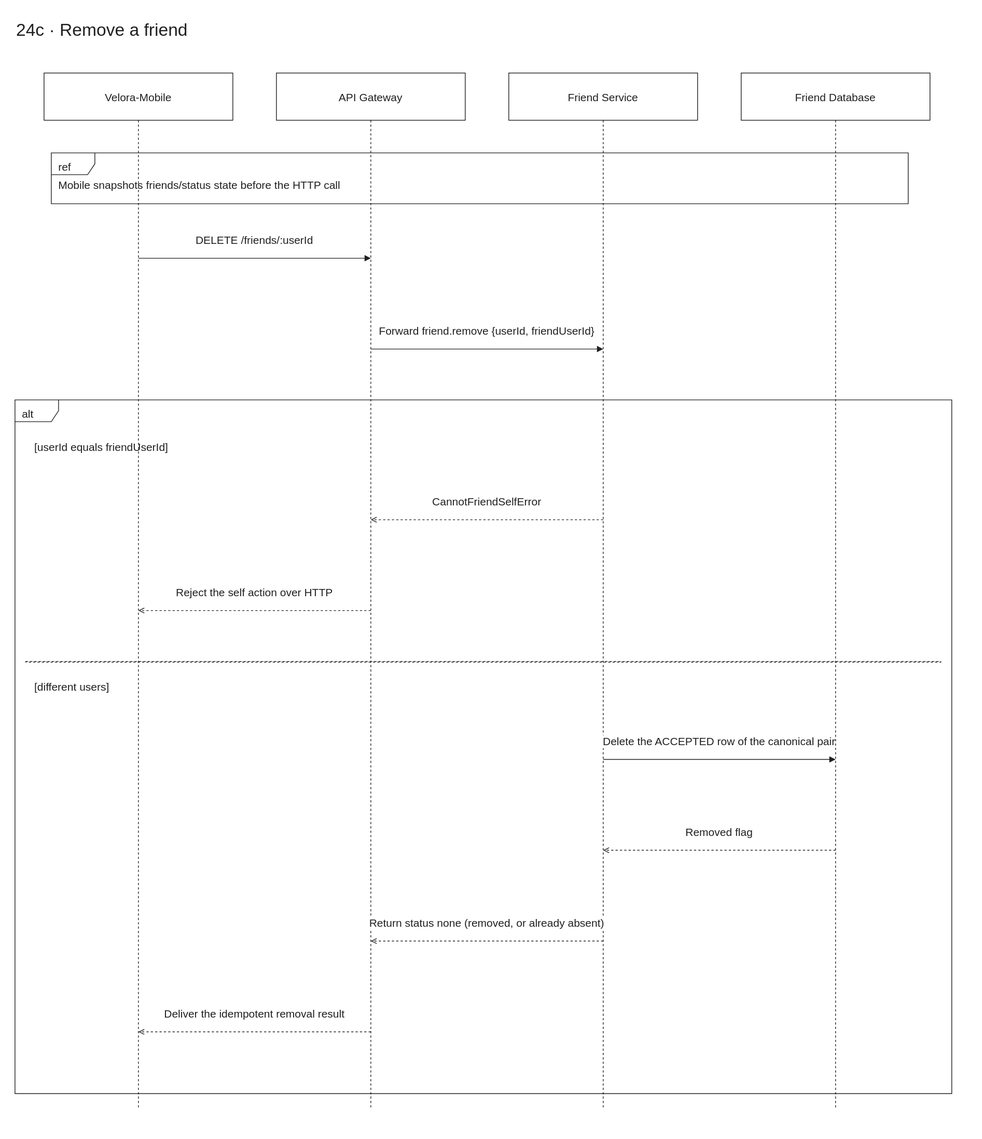
Before: docs/diagrams/velora-current/importable-svg/24c-friend-unfriend.drawio.svg, a diagram exported from draw.io (HieuCuteDangYeu/velora-backend). Source tidied: cells renumbered, new cells last; positions are measured from the earlier drawing's top-left corner, leaving out a move shared by most shapes.
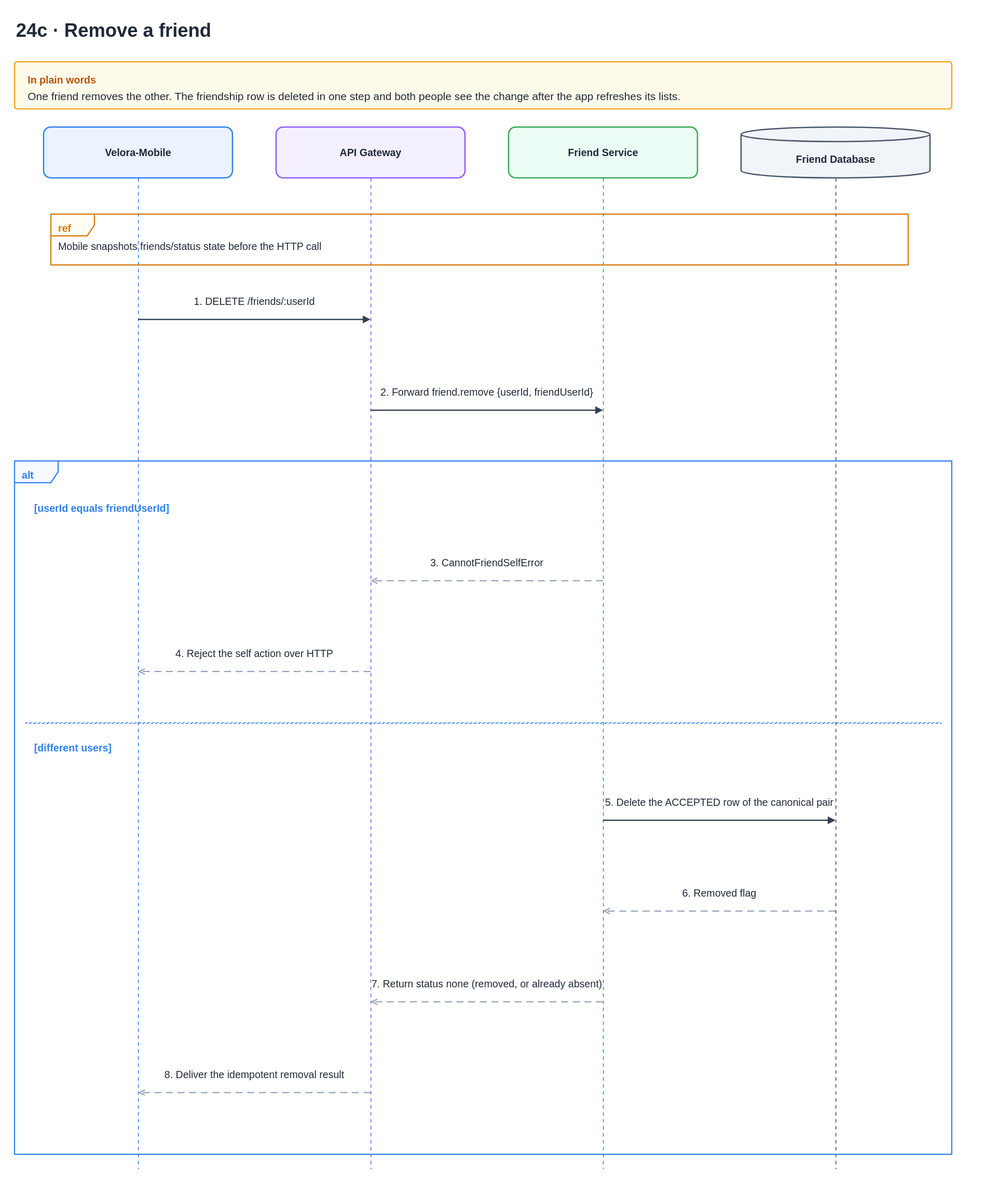
After the change.

The edit, as a diff of the source:
```diff
@@ -2,118 +2,124 @@
   <root>
     <mxCell id="0" />
     <mxCell id="1" parent="0" />
+    <mxCell id="25" style="html=1;fontFamily=Helvetica;fontSize=14;fontColor=#1F2937;dashed=1;dashPattern=4 4;endArrow=none;strokeColor=#475569;strokeWidth=1.2;" parent="1" edge="1">
+      <mxGeometry relative="1" as="geometry">
+        <mxPoint x="1130" y="225" as="sourcePoint" />
+        <mxPoint x="1130" y="1590" as="targetPoint" />
+      </mxGeometry>
+    </mxCell>
+    <mxCell id="26" style="html=1;fontFamily=Helvetica;fontSize=14;fontColor=#1F2937;dashed=1;dashPattern=4 4;endArrow=none;strokeColor=#34A853;strokeWidth=1.2;" parent="1" edge="1">
+      <mxGeometry relative="1" as="geometry">
+        <mxPoint x="810" y="225" as="sourcePoint" />
+        <mxPoint x="810" y="1590" as="targetPoint" />
+      </mxGeometry>
+    </mxCell>
-    <mxCell id="2" style="html=1;fontFamily=Arial;fontSize=15;fontColor=light-dark(#202020,#eeeeee);strokeColor=light-dark(#202020,#eeeeee);dashed=1;endArrow=none;" parent="1" edge="1">
+    <mxCell id="2" style="html=1;fontFamily=Helvetica;fontSize=14;fontColor=#1F2937;dashed=1;dashPattern=4 4;endArrow=none;strokeColor=#8B5CF6;strokeWidth=1.2;" parent="1" edge="1">
       <mxGeometry relative="1" as="geometry">
-        <mxPoint x="1130" y="145" as="sourcePoint" />
-        <mxPoint x="1130" y="1505" as="targetPoint" />
+        <mxPoint x="490" y="225" as="sourcePoint" />
+        <mxPoint x="490" y="1590" as="targetPoint" />
       </mxGeometry>
     </mxCell>
-    <mxCell id="3" style="html=1;fontFamily=Arial;fontSize=15;fontColor=light-dark(#202020,#eeeeee);strokeColor=light-dark(#202020,#eeeeee);dashed=1;endArrow=none;" parent="1" edge="1">
+    <mxCell id="3" style="html=1;fontFamily=Helvetica;fontSize=14;fontColor=#1F2937;dashed=1;dashPattern=4 4;endArrow=none;strokeColor=#2F80ED;strokeWidth=1.2;" parent="1" edge="1">
       <mxGeometry relative="1" as="geometry">
-        <mxPoint x="810" y="145" as="sourcePoint" />
-        <mxPoint x="810" y="1505" as="targetPoint" />
+        <mxPoint x="170" y="225" as="sourcePoint" />
+        <mxPoint x="170" y="1590" as="targetPoint" />
       </mxGeometry>
     </mxCell>
-    <mxCell id="4" style="html=1;fontFamily=Arial;fontSize=15;fontColor=light-dark(#202020,#eeeeee);strokeColor=light-dark(#202020,#eeeeee);dashed=1;endArrow=none;" parent="1" edge="1">
-      <mxGeometry relative="1" as="geometry">
-        <mxPoint x="490" y="145" as="sourcePoint" />
-        <mxPoint x="490" y="1505" as="targetPoint" />
-      </mxGeometry>
-    </mxCell>
-    <mxCell id="5" style="html=1;fontFamily=Arial;fontSize=15;fontColor=light-dark(#202020,#eeeeee);strokeColor=light-dark(#202020,#eeeeee);dashed=1;endArrow=none;" parent="1" edge="1">
-      <mxGeometry relative="1" as="geometry">
-        <mxPoint x="170" y="145" as="sourcePoint" />
-        <mxPoint x="170" y="1505" as="targetPoint" />
-      </mxGeometry>
-    </mxCell>
-    <mxCell id="6" value="24c · Remove a friend" style="html=1;fontFamily=Arial;fontSize=15;fontColor=light-dark(#202020,#eeeeee);strokeColor=light-dark(#202020,#eeeeee);text;fontSize=24;align=left;strokeColor=none;fillColor=none;" parent="1" vertex="1">
+    <mxCell id="6" value="24c · Remove a friend" style="html=1;fontFamily=Helvetica;fontSize=14;fontColor=#1F2937;text;fontSize=26;fontStyle=1;align=left;strokeColor=none;fillColor=none;" parent="1" vertex="1">
       <mxGeometry width="1290" height="50" as="geometry" />
     </mxCell>
-    <mxCell id="7" value="Velora-Mobile" style="html=1;fontFamily=Arial;fontSize=15;fontColor=light-dark(#202020,#eeeeee);strokeColor=light-dark(#202020,#eeeeee);rounded=0;fillColor=#ffffff;whiteSpace=wrap;align=center;verticalAlign=middle;" parent="1" vertex="1">
-      <mxGeometry x="40" y="80" width="260" height="65" as="geometry" />
+    <mxCell id="7" value="In plain words" style="html=1;fontFamily=Helvetica;fontSize=14;fontColor=#1F2937;rounded=1;arcSize=6;whiteSpace=wrap;fillColor=#FFFBEB;strokeColor=#F59E0B;strokeWidth=1.6;align=left;verticalAlign=top;spacingLeft=16;spacingTop=10;spacingRight=16;fontStyle=1;fontColor=#B45309;" parent="1" vertex="1">
+      <mxGeometry y="65" width="1290" height="65" as="geometry" />
     </mxCell>
-    <mxCell id="8" value="API Gateway" style="html=1;fontFamily=Arial;fontSize=15;fontColor=light-dark(#202020,#eeeeee);strokeColor=light-dark(#202020,#eeeeee);rounded=0;fillColor=#ffffff;whiteSpace=wrap;align=center;verticalAlign=middle;" parent="1" vertex="1">
-      <mxGeometry x="360" y="80" width="260" height="65" as="geometry" />
+    <mxCell id="8" value="One friend removes the other. The friendship row is deleted in one step and both people see the change after the app refreshes its lists." style="html=1;fontFamily=Helvetica;fontSize=14;fontColor=#1F2937;text;whiteSpace=wrap;align=left;verticalAlign=top;strokeColor=none;fillColor=none;fontSize=15;" parent="1" vertex="1">
+      <mxGeometry x="16" y="97" width="1250" height="27" as="geometry" />
     </mxCell>
-    <mxCell id="9" value="Friend Service" style="html=1;fontFamily=Arial;fontSize=15;fontColor=light-dark(#202020,#eeeeee);strokeColor=light-dark(#202020,#eeeeee);rounded=0;fillColor=#ffffff;whiteSpace=wrap;align=center;verticalAlign=middle;" parent="1" vertex="1">
-      <mxGeometry x="680" y="80" width="260" height="65" as="geometry" />
+    <mxCell id="9" value="Velora-Mobile" style="html=1;fontFamily=Helvetica;fontSize=14;fontColor=#1F2937;rounded=1;arcSize=14;whiteSpace=wrap;fillColor=#EAF3FF;strokeColor=#2F80ED;strokeWidth=1.8;align=center;verticalAlign=middle;fontStyle=1;" parent="1" vertex="1">
+      <mxGeometry x="40" y="155" width="260" height="70" as="geometry" />
     </mxCell>
-    <mxCell id="10" value="Friend Database" style="html=1;fontFamily=Arial;fontSize=15;fontColor=light-dark(#202020,#eeeeee);strokeColor=light-dark(#202020,#eeeeee);rounded=0;fillColor=#ffffff;whiteSpace=wrap;align=center;verticalAlign=middle;" parent="1" vertex="1">
-      <mxGeometry x="1000" y="80" width="260" height="65" as="geometry" />
+    <mxCell id="10" value="API Gateway" style="html=1;fontFamily=Helvetica;fontSize=14;fontColor=#1F2937;rounded=1;arcSize=14;whiteSpace=wrap;fillColor=#F5F0FF;strokeColor=#8B5CF6;strokeWidth=1.8;align=center;verticalAlign=middle;fontStyle=1;" parent="1" vertex="1">
+      <mxGeometry x="360" y="155" width="260" height="70" as="geometry" />
     </mxCell>
-    <mxCell id="11" value="ref" style="html=1;fontFamily=Arial;fontSize=15;fontColor=light-dark(#202020,#eeeeee);strokeColor=light-dark(#202020,#eeeeee);shape=umlFrame;fillColor=light-dark(#ffffff,#181818);align=left;verticalAlign=top;spacingLeft=8;spacingTop=4;" parent="1" vertex="1">
-      <mxGeometry x="50" y="190" width="1180" height="70" as="geometry" />
+    <mxCell id="11" value="Friend Service" style="html=1;fontFamily=Helvetica;fontSize=14;fontColor=#1F2937;rounded=1;arcSize=14;whiteSpace=wrap;fillColor=#ECFDF5;strokeColor=#34A853;strokeWidth=1.8;align=center;verticalAlign=middle;fontStyle=1;" parent="1" vertex="1">
+      <mxGeometry x="680" y="155" width="260" height="70" as="geometry" />
     </mxCell>
-    <mxCell id="12" value="Mobile snapshots friends/status state before the HTTP call" style="html=1;fontFamily=Arial;fontSize=15;fontColor=light-dark(#202020,#eeeeee);strokeColor=light-dark(#202020,#eeeeee);text;whiteSpace=wrap;align=left;verticalAlign=middle;strokeColor=none;fillColor=none;" parent="1" vertex="1">
-      <mxGeometry x="58" y="212" width="1160" height="44" as="geometry" />
+    <mxCell id="12" value="Friend Database" style="html=1;fontFamily=Helvetica;fontSize=14;fontColor=#1F2937;shape=cylinder3;boundedLbl=1;backgroundOutline=1;size=10;whiteSpace=wrap;fillColor=#F1F5F9;strokeColor=#475569;strokeWidth=1.8;align=center;verticalAlign=middle;fontStyle=1;" parent="1" vertex="1">
+      <mxGeometry x="1000" y="155" width="260" height="70" as="geometry" />
     </mxCell>
-    <mxCell id="13" value="DELETE /friends/:userId" style="html=1;fontFamily=Arial;fontSize=15;fontColor=light-dark(#202020,#eeeeee);strokeColor=light-dark(#202020,#eeeeee);endArrow=block;endFill=1;labelBackgroundColor=#ffffff;labelWidth=550;whiteSpace=wrap;align=center;" parent="1" edge="1">
-      <mxGeometry relative="1" as="geometry">
-        <mxPoint x="170" y="335" as="sourcePoint" />
-        <mxPoint x="490" y="335" as="targetPoint" />
-        <mxPoint y="-25" as="offset" />
-      </mxGeometry>
+    <mxCell id="13" value="ref" style="html=1;fontFamily=Helvetica;fontSize=14;fontColor=#1F2937;shape=umlFrame;fillColor=#FFFBEB;strokeColor=#D97706;strokeWidth=1.6;fillOpacity=55;fontColor=#D97706;fontStyle=1;align=left;verticalAlign=top;spacingLeft=8;spacingTop=4;" parent="1" vertex="1">
+      <mxGeometry x="50" y="275" width="1180" height="70" as="geometry" />
     </mxCell>
-    <mxCell id="14" value="Forward friend.remove {userId, friendUserId}" style="html=1;fontFamily=Arial;fontSize=15;fontColor=light-dark(#202020,#eeeeee);strokeColor=light-dark(#202020,#eeeeee);endArrow=block;endFill=1;labelBackgroundColor=#ffffff;labelWidth=550;whiteSpace=wrap;align=center;" parent="1" edge="1">
-      <mxGeometry relative="1" as="geometry">
-        <mxPoint x="490" y="460" as="sourcePoint" />
-        <mxPoint x="810" y="460" as="targetPoint" />
-        <mxPoint y="-25" as="offset" />
-      </mxGeometry>
+    <mxCell id="14" value="Mobile snapshots friends/status state before the HTTP call" style="html=1;fontFamily=Helvetica;fontSize=14;fontColor=#1F2937;text;whiteSpace=wrap;align=left;verticalAlign=middle;strokeColor=none;fillColor=none;" parent="1" vertex="1">
+      <mxGeometry x="58" y="297" width="1160" height="44" as="geometry" />
     </mxCell>
-    <mxCell id="15" value="alt" style="html=1;fontFamily=Arial;fontSize=15;fontColor=light-dark(#202020,#eeeeee);strokeColor=light-dark(#202020,#eeeeee);shape=umlFrame;fillColor=none;align=left;verticalAlign=top;spacingLeft=8;spacingTop=4;" parent="1" vertex="1">
-      <mxGeometry y="530" width="1290" height="955" as="geometry" />
+    <mxCell id="15" value="1. DELETE /friends/:userId" style="html=1;fontFamily=Helvetica;fontSize=14;fontColor=#1F2937;labelBackgroundColor=#ffffff;whiteSpace=wrap;endArrow=block;endFill=1;strokeColor=#334155;strokeWidth=1.8;labelWidth=560;align=center;" parent="1" edge="1">
+      <mxGeometry relative="1" as="geometry">
+        <mxPoint x="170" y="420" as="sourcePoint" />
+        <mxPoint x="490" y="420" as="targetPoint" />
+        <mxPoint y="-25" as="offset" />
+      </mxGeometry>
     </mxCell>
-    <mxCell id="16" value="[userId equals friendUserId]" style="html=1;fontFamily=Arial;fontSize=15;fontColor=light-dark(#202020,#eeeeee);strokeColor=light-dark(#202020,#eeeeee);text;whiteSpace=wrap;align=left;strokeColor=none;fillColor=none;" parent="1" vertex="1">
-      <mxGeometry x="25" y="580" width="1230" height="45" as="geometry" />
+    <mxCell id="16" value="2. Forward friend.remove {userId, friendUserId}" style="html=1;fontFamily=Helvetica;fontSize=14;fontColor=#1F2937;labelBackgroundColor=#ffffff;whiteSpace=wrap;endArrow=block;endFill=1;strokeColor=#334155;strokeWidth=1.8;labelWidth=560;align=center;" parent="1" edge="1">
+      <mxGeometry relative="1" as="geometry">
+        <mxPoint x="490" y="545" as="sourcePoint" />
+        <mxPoint x="810" y="545" as="targetPoint" />
+        <mxPoint y="-25" as="offset" />
+      </mxGeometry>
     </mxCell>
-    <mxCell id="17" value="CannotFriendSelfError" style="html=1;fontFamily=Arial;fontSize=15;fontColor=light-dark(#202020,#eeeeee);strokeColor=light-dark(#202020,#eeeeee);endArrow=open;dashed=1;labelBackgroundColor=#ffffff;labelWidth=550;whiteSpace=wrap;align=center;" parent="1" edge="1">
-      <mxGeometry relative="1" as="geometry">
-        <mxPoint x="810" y="695" as="sourcePoint" />
-        <mxPoint x="490" y="695" as="targetPoint" />
-        <mxPoint y="-25" as="offset" />
-      </mxGeometry>
+    <mxCell id="17" value="alt" style="html=1;fontFamily=Helvetica;fontSize=14;fontColor=#1F2937;shape=umlFrame;fillColor=#EAF3FF;strokeColor=#2F80ED;strokeWidth=1.6;fillOpacity=40;fontColor=#2F80ED;fontStyle=1;align=left;verticalAlign=top;spacingLeft=8;spacingTop=4;" parent="1" vertex="1">
+      <mxGeometry y="615" width="1290" height="955" as="geometry" />
     </mxCell>
-    <mxCell id="18" value="Reject the self action over HTTP" style="html=1;fontFamily=Arial;fontSize=15;fontColor=light-dark(#202020,#eeeeee);strokeColor=light-dark(#202020,#eeeeee);endArrow=open;dashed=1;labelBackgroundColor=#ffffff;labelWidth=550;whiteSpace=wrap;align=center;" parent="1" edge="1">
-      <mxGeometry relative="1" as="geometry">
-        <mxPoint x="490" y="820" as="sourcePoint" />
-        <mxPoint x="170" y="820" as="targetPoint" />
-        <mxPoint y="-25" as="offset" />
-      </mxGeometry>
+    <mxCell id="18" value="[userId equals friendUserId]" style="html=1;fontFamily=Helvetica;fontSize=14;fontColor=#1F2937;text;whiteSpace=wrap;align=left;strokeColor=none;fillColor=none;fontColor=#2F80ED;fontStyle=1;" parent="1" vertex="1">
+      <mxGeometry x="25" y="665" width="1230" height="45" as="geometry" />
     </mxCell>
-    <mxCell id="19" style="html=1;fontFamily=Arial;fontSize=15;fontColor=light-dark(#202020,#eeeeee);strokeColor=light-dark(#202020,#eeeeee);fillColor=none;dashed=1;" parent="1" vertex="1">
-      <mxGeometry x="15" y="890" width="1260" height="1" as="geometry" />
+    <mxCell id="19" value="3. CannotFriendSelfError" style="html=1;fontFamily=Helvetica;fontSize=14;fontColor=#1F2937;labelBackgroundColor=#ffffff;whiteSpace=wrap;endArrow=open;endFill=0;dashed=1;dashPattern=6 4;strokeColor=#94A3B8;strokeWidth=1.6;labelWidth=560;align=center;" parent="1" edge="1">
+      <mxGeometry relative="1" as="geometry">
+        <mxPoint x="810" y="780" as="sourcePoint" />
+        <mxPoint x="490" y="780" as="targetPoint" />
+        <mxPoint y="-25" as="offset" />
+      </mxGeometry>
     </mxCell>
-    <mxCell id="20" value="[different users]" style="html=1;fontFamily=Arial;fontSize=15;fontColor=light-dark(#202020,#eeeeee);strokeColor=light-dark(#202020,#eeeeee);text;whiteSpace=wrap;align=left;strokeColor=none;fillColor=none;" parent="1" vertex="1">
-      <mxGeometry x="25" y="910" width="1230" height="45" as="geometry" />
+    <mxCell id="20" value="4. Reject the self action over HTTP" style="html=1;fontFamily=Helvetica;fontSize=14;fontColor=#1F2937;labelBackgroundColor=#ffffff;whiteSpace=wrap;endArrow=open;endFill=0;dashed=1;dashPattern=6 4;strokeColor=#94A3B8;strokeWidth=1.6;labelWidth=560;align=center;" parent="1" edge="1">
+      <mxGeometry relative="1" as="geometry">
+        <mxPoint x="490" y="905" as="sourcePoint" />
+        <mxPoint x="170" y="905" as="targetPoint" />
+        <mxPoint y="-25" as="offset" />
+      </mxGeometry>
     </mxCell>
-    <mxCell id="21" value="Delete the ACCEPTED row of the canonical pair" style="html=1;fontFamily=Arial;fontSize=15;fontColor=light-dark(#202020,#eeeeee);strokeColor=light-dark(#202020,#eeeeee);endArrow=block;endFill=1;labelBackgroundColor=#ffffff;labelWidth=550;whiteSpace=wrap;align=center;" parent="1" edge="1">
-      <mxGeometry relative="1" as="geometry">
-        <mxPoint x="810" y="1025" as="sourcePoint" />
-        <mxPoint x="1130" y="1025" as="targetPoint" />
-        <mxPoint y="-25" as="offset" />
-      </mxGeometry>
+    <mxCell id="21" style="html=1;fontFamily=Helvetica;fontSize=14;fontColor=#1F2937;fillColor=none;dashed=1;strokeColor=#2F80ED;" parent="1" vertex="1">
+      <mxGeometry x="15" y="975" width="1260" height="1" as="geometry" />
     </mxCell>
-    <mxCell id="22" value="Removed flag" style="html=1;fontFamily=Arial;fontSize=15;fontColor=light-dark(#202020,#eeeeee);strokeColor=light-dark(#202020,#eeeeee);endArrow=open;dashed=1;labelBackgroundColor=#ffffff;labelWidth=550;whiteSpace=wrap;align=center;" parent="1" edge="1">
-      <mxGeometry relative="1" as="geometry">
-        <mxPoint x="1130" y="1150" as="sourcePoint" />
-        <mxPoint x="810" y="1150" as="targetPoint" />
-        <mxPoint y="-25" as="offset" />
-      </mxGeometry>
+    <mxCell id="22" value="[different users]" style="html=1;fontFamily=Helvetica;fontSize=14;fontColor=#1F2937;text;whiteSpace=wrap;align=left;strokeColor=none;fillColor=none;fontColor=#2F80ED;fontStyle=1;" parent="1" vertex="1">
+      <mxGeometry x="25" y="995" width="1230" height="45" as="geometry" />
     </mxCell>
-    <mxCell id="23" value="Return status none (removed, or already absent)" style="html=1;fontFamily=Arial;fontSize=15;fontColor=light-dark(#202020,#eeeeee);strokeColor=light-dark(#202020,#eeeeee);endArrow=open;dashed=1;labelBackgroundColor=#ffffff;labelWidth=550;whiteSpace=wrap;align=center;" parent="1" edge="1">
+    <mxCell id="23" value="5. Delete the ACCEPTED row of the canonical pair" style="html=1;fontFamily=Helvetica;fontSize=14;fontColor=#1F2937;labelBackgroundColor=#ffffff;whiteSpace=wrap;endArrow=block;endFill=1;strokeColor=#334155;strokeWidth=1.8;labelWidth=560;align=center;" parent="1" edge="1">
       <mxGeometry relative="1" as="geometry">
-        <mxPoint x="810" y="1275" as="sourcePoint" />
-        <mxPoint x="490" y="1275" as="targetPoint" />
+        <mxPoint x="810" y="1110" as="sourcePoint" />
+        <mxPoint x="1130" y="1110" as="targetPoint" />
         <mxPoint y="-25" as="offset" />
       </mxGeometry>
     </mxCell>
-    <mxCell id="24" value="Deliver the idempotent removal result" style="html=1;fontFamily=Arial;fontSize=15;fontColor=light-dark(#202020,#eeeeee);strokeColor=light-dark(#202020,#eeeeee);endArrow=open;dashed=1;labelBackgroundColor=#ffffff;labelWidth=550;whiteSpace=wrap;align=center;" parent="1" edge="1">
+    <mxCell id="24" value="6. Removed flag" style="html=1;fontFamily=Helvetica;fontSize=14;fontColor=#1F2937;labelBackgroundColor=#ffffff;whiteSpace=wrap;endArrow=open;endFill=0;dashed=1;dashPattern=6 4;strokeColor=#94A3B8;strokeWidth=1.6;labelWidth=560;align=center;" parent="1" edge="1">
       <mxGeometry relative="1" as="geometry">
-        <mxPoint x="490" y="1400" as="sourcePoint" />
-        <mxPoint x="170" y="1400" as="targetPoint" />
+        <mxPoint x="1130" y="1235" as="sourcePoint" />
+        <mxPoint x="810" y="1235" as="targetPoint" />
         <mxPoint y="-25" as="offset" />
       </mxGeometry>
     </mxCell>
+    <mxCell id="27" value="7. Return status none (removed, or already absent)" style="html=1;fontFamily=Helvetica;fontSize=14;fontColor=#1F2937;labelBackgroundColor=#ffffff;whiteSpace=wrap;endArrow=open;endFill=0;dashed=1;dashPattern=6 4;strokeColor=#94A3B8;strokeWidth=1.6;labelWidth=560;align=center;" parent="1" edge="1">
+      <mxGeometry relative="1" as="geometry">
+        <mxPoint x="810" y="1360" as="sourcePoint" />
+        <mxPoint x="490" y="1360" as="targetPoint" />
+        <mxPoint y="-25" as="offset" />
+      </mxGeometry>
+    </mxCell>
+    <mxCell id="28" value="8. Deliver the idempotent removal result" style="html=1;fontFamily=Helvetica;fontSize=14;fontColor=#1F2937;labelBackgroundColor=#ffffff;whiteSpace=wrap;endArrow=open;endFill=0;dashed=1;dashPattern=6 4;strokeColor=#94A3B8;strokeWidth=1.6;labelWidth=560;align=center;" parent="1" edge="1">
+      <mxGeometry relative="1" as="geometry">
+        <mxPoint x="490" y="1485" as="sourcePoint" />
+        <mxPoint x="170" y="1485" as="targetPoint" />
+        <mxPoint y="-25" as="offset" />
+      </mxGeometry>
+    </mxCell>
   </root>
 </mxGraphModel>
```
